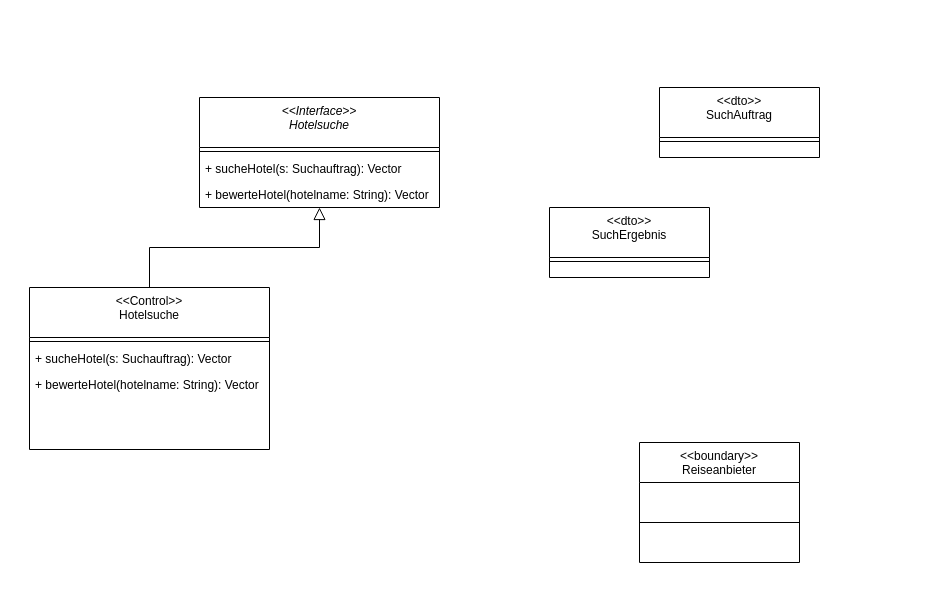
Above: 8.2.drawio in dhefel2s/Hbrs (draw.io), before the change. Source tidied: cells renumbered, new cells numbered last; positions are measured from the earlier drawing's top-left corner, leaving out a move shared by most shapes. Both pictures are drawn from the tidied source at 100%, with x=0, y=0 at pixel (29, 87).
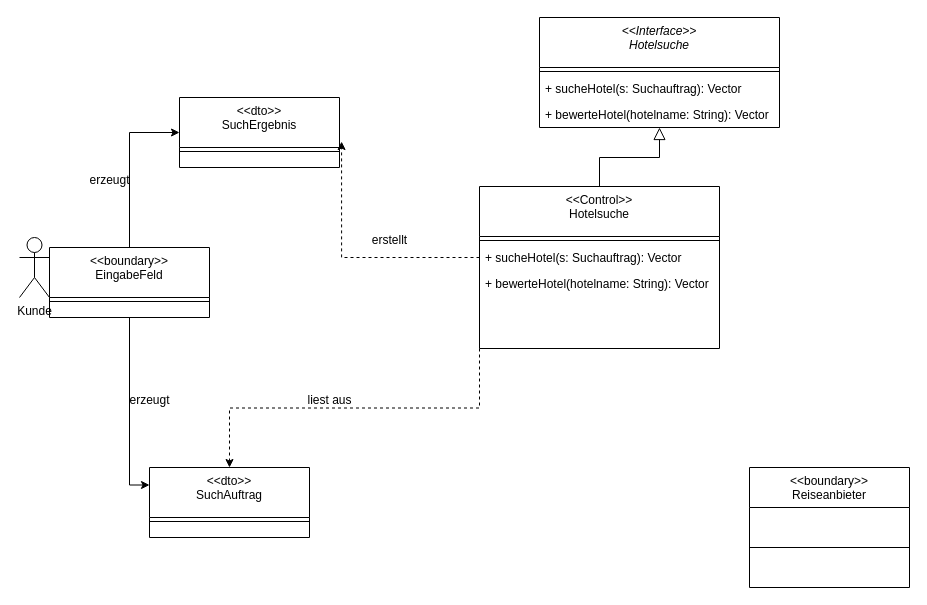
The same page after the edit.

Unchanged cells that the change refers to:
```xml
<mxCell id="8" value="+ sucheHotel(s: Suchauftrag): Vector" style="text;align=left;verticalAlign=top;spacingLeft=4;spacingRight=4;overflow=hidden;points=[[0,0.5],[1,0.5]];portConstraint=eastwest;" parent="6" vertex="1">
  <mxGeometry y="58" width="240" height="26" as="geometry" />
</mxCell>
```

Change to the diagram source:
```diff
@@
     <mxCell id="2" value="&lt;&lt;Interface&gt;&gt;&#10;Hotelsuche" style="swimlane;fontStyle=2;align=center;verticalAlign=top;horizontal=1;startSize=50;rounded=0;shadow=0;strokeWidth=1;" parent="1" vertex="1">
-      <mxGeometry x="170" y="10" width="240" height="110" as="geometry" />
+      <mxGeometry x="510" y="-70" width="240" height="110" as="geometry" />
     </mxCell>
@@
+    <mxCell id="17" style="edgeStyle=orthogonalEdgeStyle;rounded=0;jettySize=auto;html=1;exitX=0;exitY=1;exitDx=0;exitDy=0;dashed=1;" parent="1" edge="1" source="6" target="13">
+      <mxGeometry relative="1" as="geometry" />
+    </mxCell>
     <mxCell id="6" value="&lt;&lt;Control&gt;&gt;&#10;Hotelsuche" style="swimlane;fontStyle=0;align=center;verticalAlign=top;horizontal=1;startSize=50;rounded=0;shadow=0;strokeWidth=1;" parent="1" vertex="1">
-      <mxGeometry y="200" width="240" height="162" as="geometry" />
+      <mxGeometry x="450" y="99" width="240" height="162" as="geometry" />
     </mxCell>
@@
     <mxCell id="11" value="&lt;&lt;boundary&gt;&gt;&#10;Reiseanbieter" style="swimlane;fontStyle=0;align=center;verticalAlign=top;horizontal=1;startSize=40;rounded=0;shadow=0;strokeWidth=1;" parent="1" vertex="1">
-      <mxGeometry x="610" y="355" width="160" height="120" as="geometry" />
+      <mxGeometry x="720" y="380" width="160" height="120" as="geometry" />
     </mxCell>
@@
     <mxCell id="13" value="&lt;&lt;dto&gt;&gt;&#10;SuchAuftrag" style="swimlane;fontStyle=0;align=center;verticalAlign=top;horizontal=1;startSize=50;rounded=0;shadow=0;strokeWidth=1;" parent="1" vertex="1">
-      <mxGeometry x="630" width="160" height="70" as="geometry" />
+      <mxGeometry x="120" y="380" width="160" height="70" as="geometry" />
     </mxCell>
@@
     <mxCell id="15" value="&lt;&lt;dto&gt;&gt;&#10;SuchErgebnis" style="swimlane;fontStyle=0;align=center;verticalAlign=top;horizontal=1;startSize=50;rounded=0;shadow=0;strokeWidth=1;" parent="1" vertex="1">
-      <mxGeometry x="520" y="120" width="160" height="70" as="geometry" />
+      <mxGeometry x="150" y="10" width="160" height="70" as="geometry" />
     </mxCell>
@@
+    <mxCell id="18" style="edgeStyle=orthogonalEdgeStyle;rounded=0;jettySize=auto;html=1;exitX=0.5;exitY=0;exitDx=0;exitDy=0;entryX=0;entryY=0.5;entryDx=0;entryDy=0;" parent="1" edge="1" source="21" target="15">
+      <mxGeometry relative="1" as="geometry" />
+    </mxCell>
+    <mxCell id="19" style="edgeStyle=orthogonalEdgeStyle;rounded=0;jettySize=auto;html=1;exitX=0.5;exitY=1;exitDx=0;exitDy=0;entryX=0;entryY=0.25;entryDx=0;entryDy=0;" parent="1" edge="1" source="21" target="13">
+      <mxGeometry relative="1" as="geometry" />
+    </mxCell>
+    <mxCell id="20" value="Kunde" style="shape=umlActor;verticalLabelPosition=bottom;verticalAlign=top;html=1;" parent="1" vertex="1">
+      <mxGeometry x="-10" y="150" width="30" height="60" as="geometry" />
+    </mxCell>
+    <mxCell id="21" value="&lt;&lt;boundary&gt;&gt;&#10;EingabeFeld" style="swimlane;fontStyle=0;align=center;verticalAlign=top;horizontal=1;startSize=50;rounded=0;shadow=0;strokeWidth=1;" parent="1" vertex="1">
+      <mxGeometry x="20" y="160" width="160" height="70" as="geometry" />
+    </mxCell>
+    <mxCell id="22" style="line;html=1;strokeWidth=1;align=left;verticalAlign=middle;spacingTop=-1;spacingLeft=3;spacingRight=3;labelPosition=right;" parent="21" vertex="1">
+      <mxGeometry y="50" width="160" height="8" as="geometry" />
+    </mxCell>
+    <mxCell id="23" value="erzeugt" style="text;html=1;align=center;verticalAlign=middle;strokeColor=none;fillColor=none;" parent="1" vertex="1">
+      <mxGeometry x="90" y="298" width="60" height="30" as="geometry" />
+    </mxCell>
+    <mxCell id="24" value="erzeugt" style="text;html=1;align=center;verticalAlign=middle;strokeColor=none;fillColor=none;" parent="1" vertex="1">
+      <mxGeometry x="50" y="78" width="60" height="30" as="geometry" />
+    </mxCell>
+    <mxCell id="25" style="edgeStyle=orthogonalEdgeStyle;rounded=0;jettySize=auto;html=1;exitX=0;exitY=0.5;exitDx=0;exitDy=0;entryX=1.013;entryY=0.629;entryDx=0;entryDy=0;entryPerimeter=0;dashed=1;" parent="1" edge="1" source="8" target="15">
+      <mxGeometry relative="1" as="geometry" />
+    </mxCell>
+    <mxCell id="26" value="erstellt" style="text;html=1;align=center;verticalAlign=middle;strokeColor=none;fillColor=none;" parent="1" vertex="1">
+      <mxGeometry x="330" y="138" width="60" height="30" as="geometry" />
+    </mxCell>
+    <mxCell id="27" value="liest aus" style="text;html=1;align=center;verticalAlign=middle;strokeColor=none;fillColor=none;" parent="1" vertex="1">
+      <mxGeometry x="265" y="298" width="70" height="30" as="geometry" />
+    </mxCell>
```
